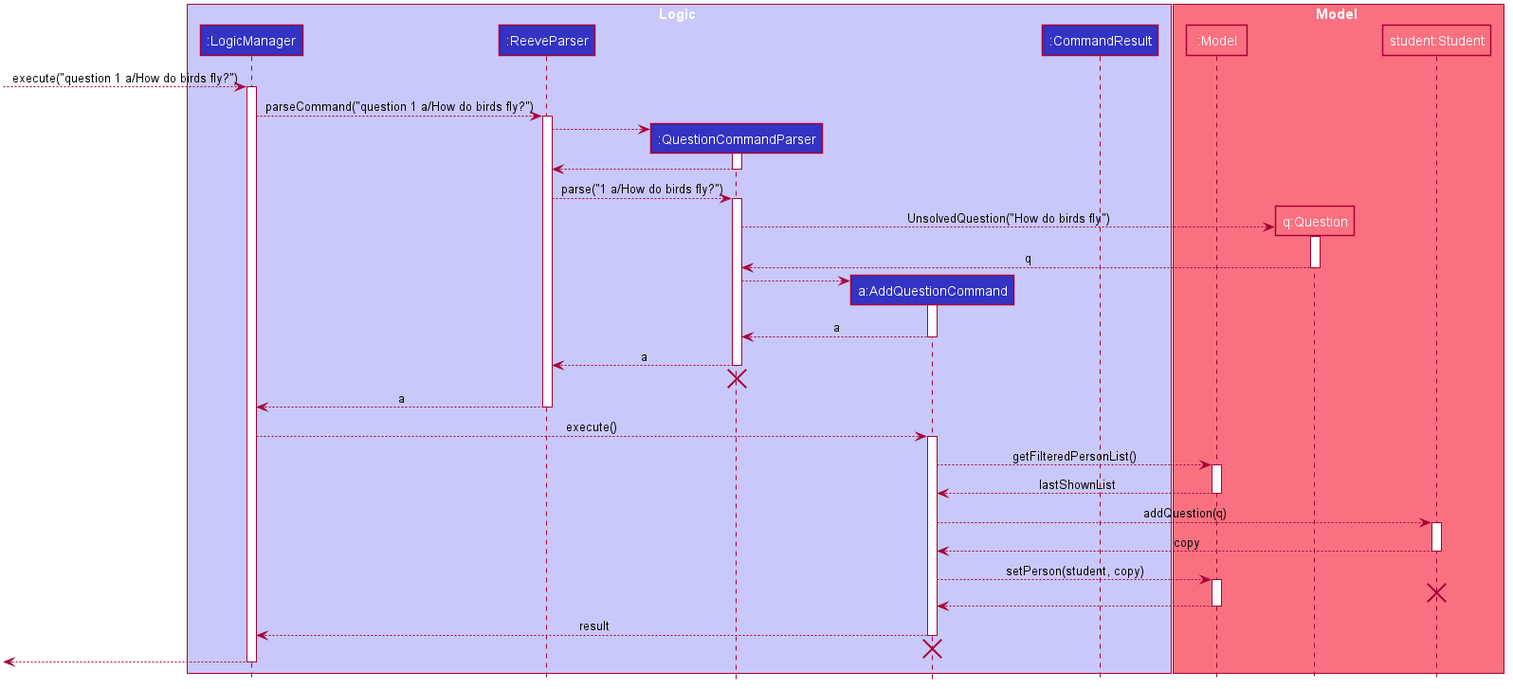
The PlantUML diagram docs/images/AddQuestionSequenceDiagram.png in nus-cs2103-AY2021S1/tp, before a commit.
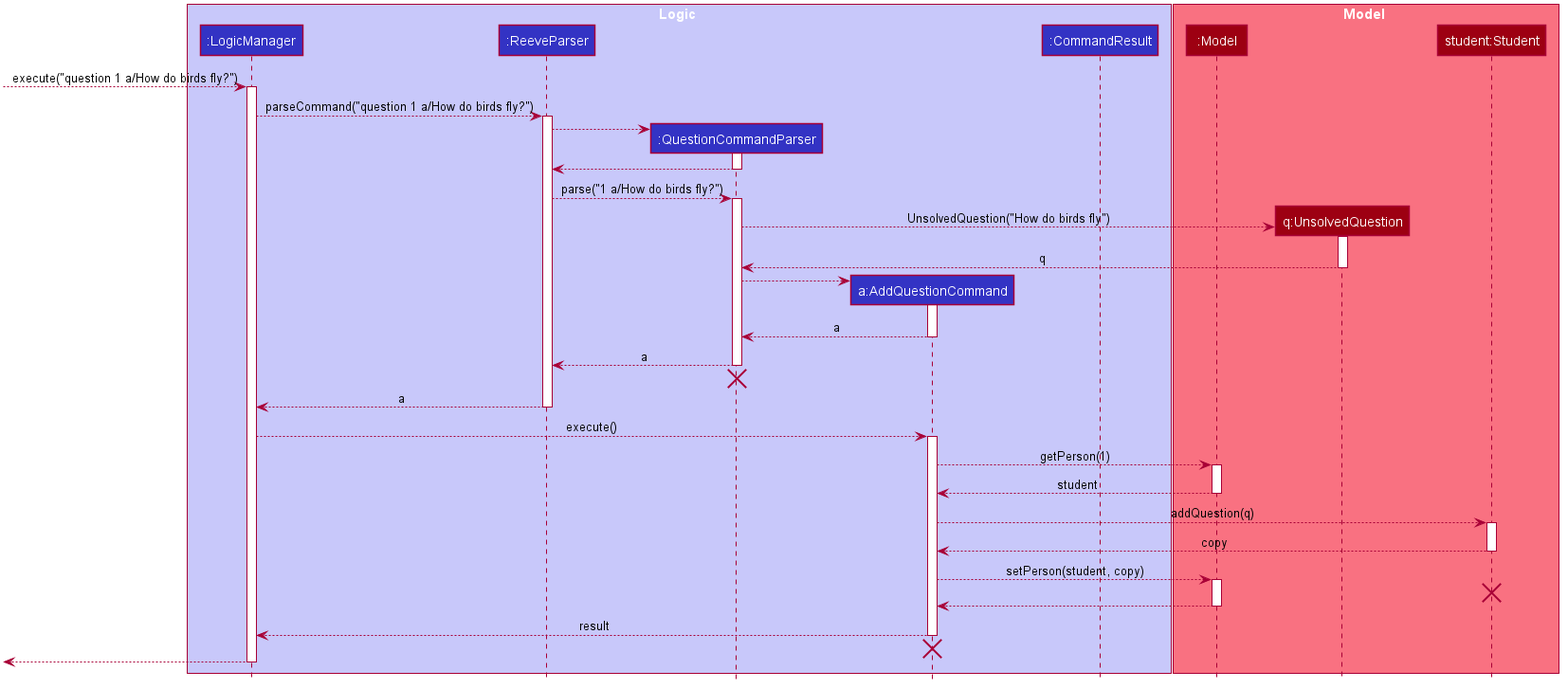
Above is the later version.

Diff of the diagram source:
```diff
@@ -57,9 +57,9 @@
 end box
 
 box Model #F97181
-participant ":Model" as Model #F97181
-participant "q:Question" as Question #F97181
-participant "student:Student" as Student #F97181
+participant ":Model" as Model #9D0012
+participant "q:UnsolvedQuestion" as Question #9D0012
+participant "student:Student" as Student #9D0012
 end box
 
 [--> LogicManager : execute("question 1 a/How do birds fly?")
@@ -104,10 +104,10 @@
 LogicManager --> AddQuestionCommand : execute()
 activate AddQuestionCommand
 
-AddQuestionCommand --> Model : getFilteredPersonList()
+AddQuestionCommand --> Model : getPerson(1)
 activate Model
 
-Model --> AddQuestionCommand : lastShownList
+Model --> AddQuestionCommand : student
 deactivate Model
 
 AddQuestionCommand --> Student : addQuestion(q)
```
